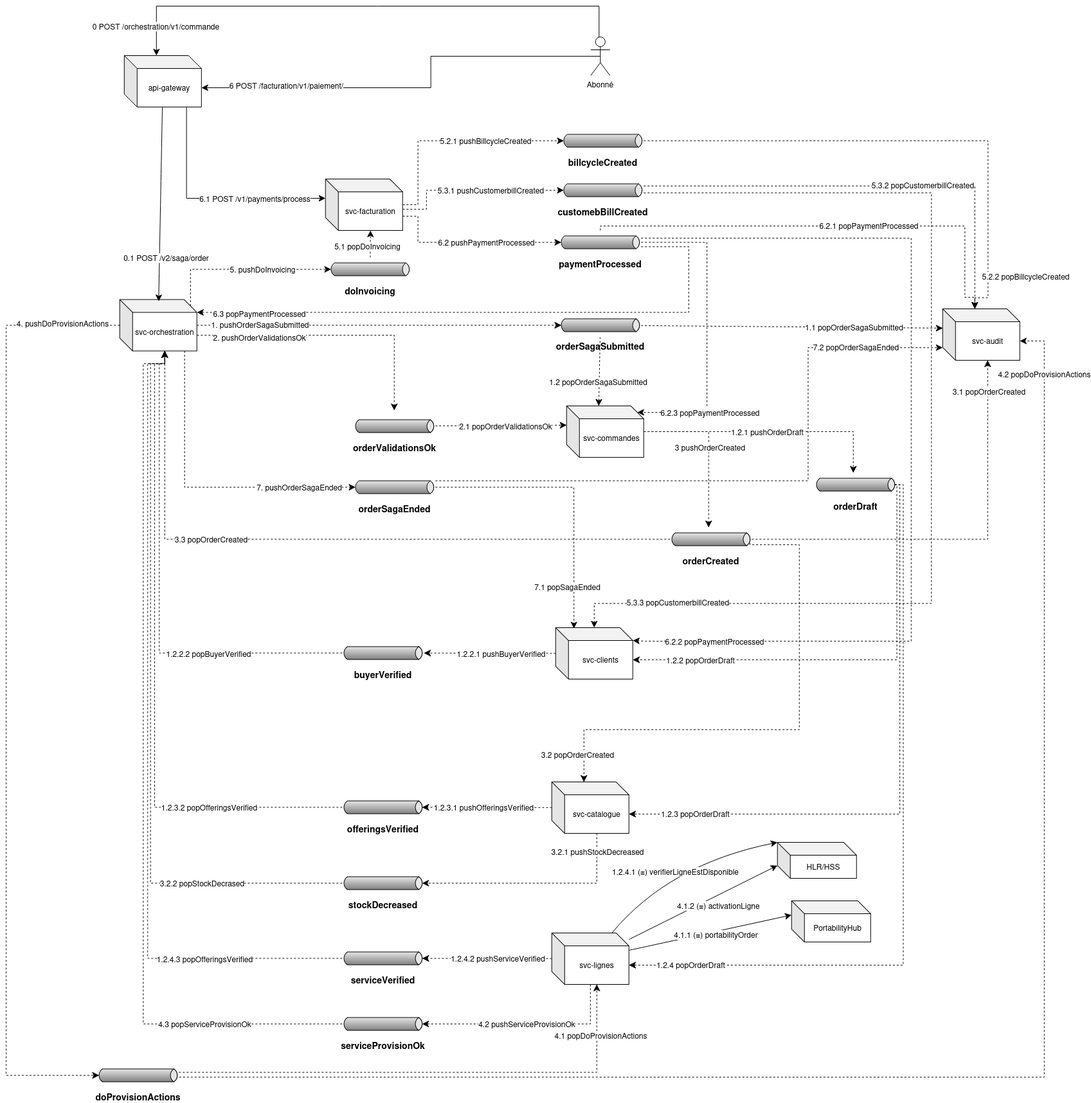
LOG430-E26-VDEGRANDPRE/cantelcox keeps this draw.io diagram as docs/diagrammes/carte_flux.drawio.png. Above is the earlier version. Source tidied: cells renumbered, new cells last; positions are measured from the earlier drawing's top-left corner, leaving out a move shared by most shapes.
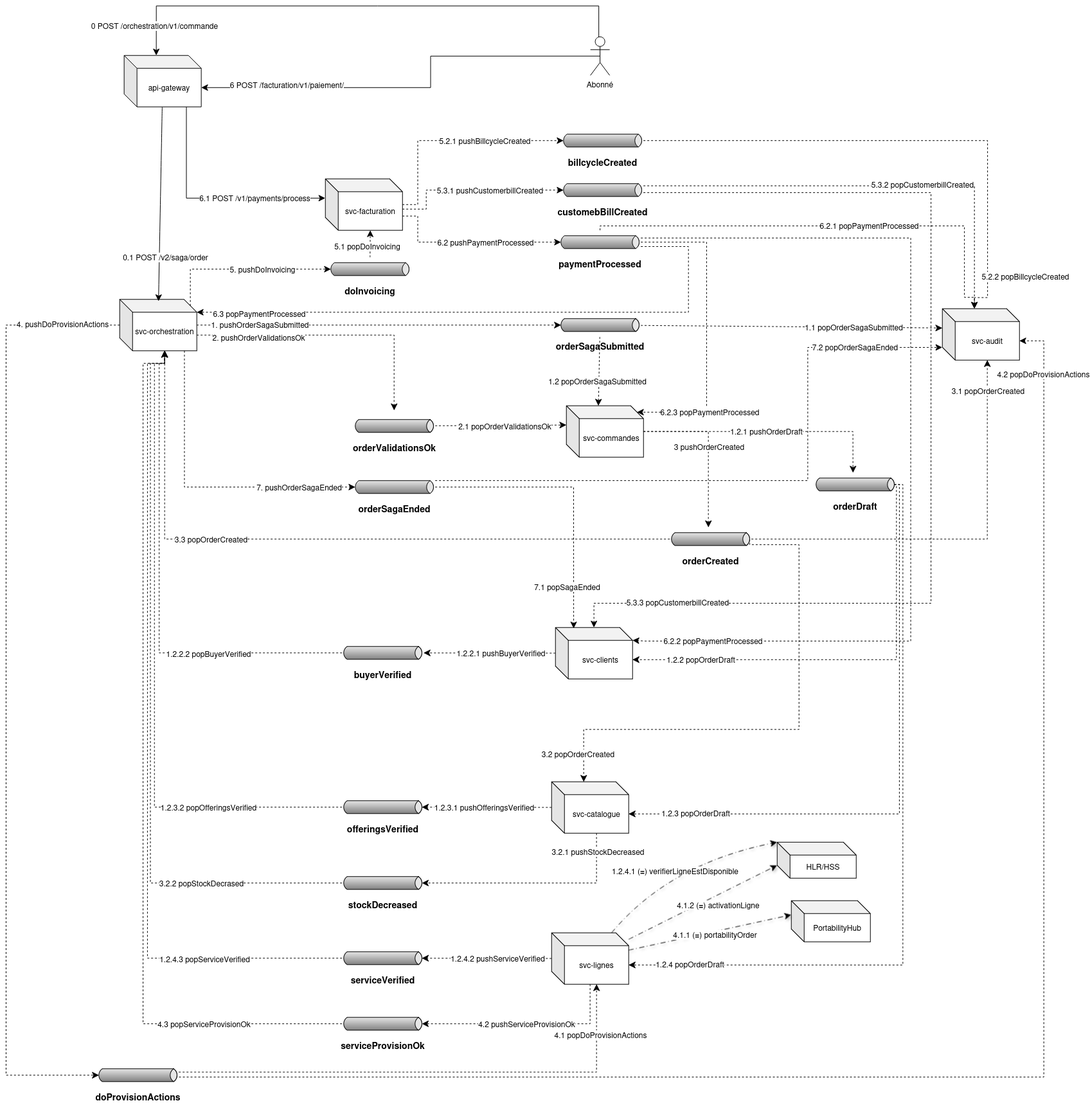
The same diagram one commit later.

Commit message:
carte flux v3

Diff of the diagram source:
```diff
@@ -191,7 +191,7 @@
         </Array>
       </mxGeometry>
     </mxCell>
-    <mxCell id="46" value="1.2.4.3 popOfferingsVerified" style="edgeLabel;html=1;align=center;verticalAlign=middle;fontSize=12;" parent="45" vertex="1">
+    <mxCell id="46" value="1.2.4.3 popServiceVerified" style="edgeLabel;html=1;align=center;verticalAlign=middle;fontSize=12;" parent="45" vertex="1">
       <mxGeometry x="-0.79" y="1" relative="1" as="geometry">
         <mxPoint x="-78" as="offset" />
       </mxGeometry>
@@ -320,7 +320,7 @@
         <mxPoint x="-7" y="-1" as="offset" />
       </mxGeometry>
     </mxCell>
-    <mxCell id="69" style="edgeStyle=none;curved=1;rounded=0;jettySize=auto;html=1;entryX=0;entryY=0;entryDx=0;entryDy=36.00000000000001;entryPerimeter=0;fontSize=12;startSize=8;endSize=8;" parent="1" edge="1" source="10" target="13">
+    <mxCell id="69" style="edgeStyle=none;curved=1;rounded=0;jettySize=auto;html=1;entryX=0;entryY=0;entryDx=0;entryDy=36.00000000000001;entryPerimeter=0;fontSize=12;startSize=8;endSize=8;shadow=1;dashed=1;dashPattern=8 4 1 4;" parent="1" edge="1" source="10" target="13">
       <mxGeometry relative="1" as="geometry" />
     </mxCell>
     <mxCell id="70" value="4.1.2 (&lt;b&gt;=&lt;/b&gt;) activationLigne" style="edgeLabel;html=1;align=center;verticalAlign=middle;fontSize=12;" parent="69" vertex="1">
@@ -328,7 +328,7 @@
         <mxPoint x="7" y="12" as="offset" />
       </mxGeometry>
     </mxCell>
-    <mxCell id="71" style="edgeStyle=none;curved=1;rounded=0;jettySize=auto;html=1;entryX=0;entryY=0;entryDx=0;entryDy=22;entryPerimeter=0;fontSize=12;startSize=8;endSize=8;" parent="1" edge="1" source="10" target="14">
+    <mxCell id="71" style="edgeStyle=none;curved=1;rounded=0;jettySize=auto;html=1;entryX=0;entryY=0;entryDx=0;entryDy=22;entryPerimeter=0;fontSize=12;startSize=8;endSize=8;shadow=1;dashed=1;dashPattern=8 4 1 4;" parent="1" edge="1" source="10" target="14">
       <mxGeometry relative="1" as="geometry" />
     </mxCell>
     <mxCell id="72" value="4.1.1 (&lt;b&gt;=&lt;/b&gt;) portabilityOrder" style="edgeLabel;html=1;align=center;verticalAlign=middle;fontSize=12;" parent="71" vertex="1">
@@ -617,7 +617,7 @@
         <mxPoint x="-14" y="3" as="offset" />
       </mxGeometry>
     </mxCell>
-    <mxCell id="122" style="edgeStyle=none;curved=1;rounded=0;jettySize=auto;html=1;entryX=0;entryY=0;entryDx=0;entryDy=0;entryPerimeter=0;fontSize=12;startSize=8;endSize=8;" parent="1" edge="1" source="10" target="13">
+    <mxCell id="122" style="edgeStyle=none;curved=1;rounded=0;jettySize=auto;html=1;entryX=0;entryY=0;entryDx=0;entryDy=0;entryPerimeter=0;fontSize=12;startSize=8;endSize=8;shadow=1;dashed=1;dashPattern=8 4 1 4;" parent="1" edge="1" source="10" target="13">
       <mxGeometry relative="1" as="geometry">
         <Array as="points">
           <mxPoint x="1031.8" y="1335" />
```
